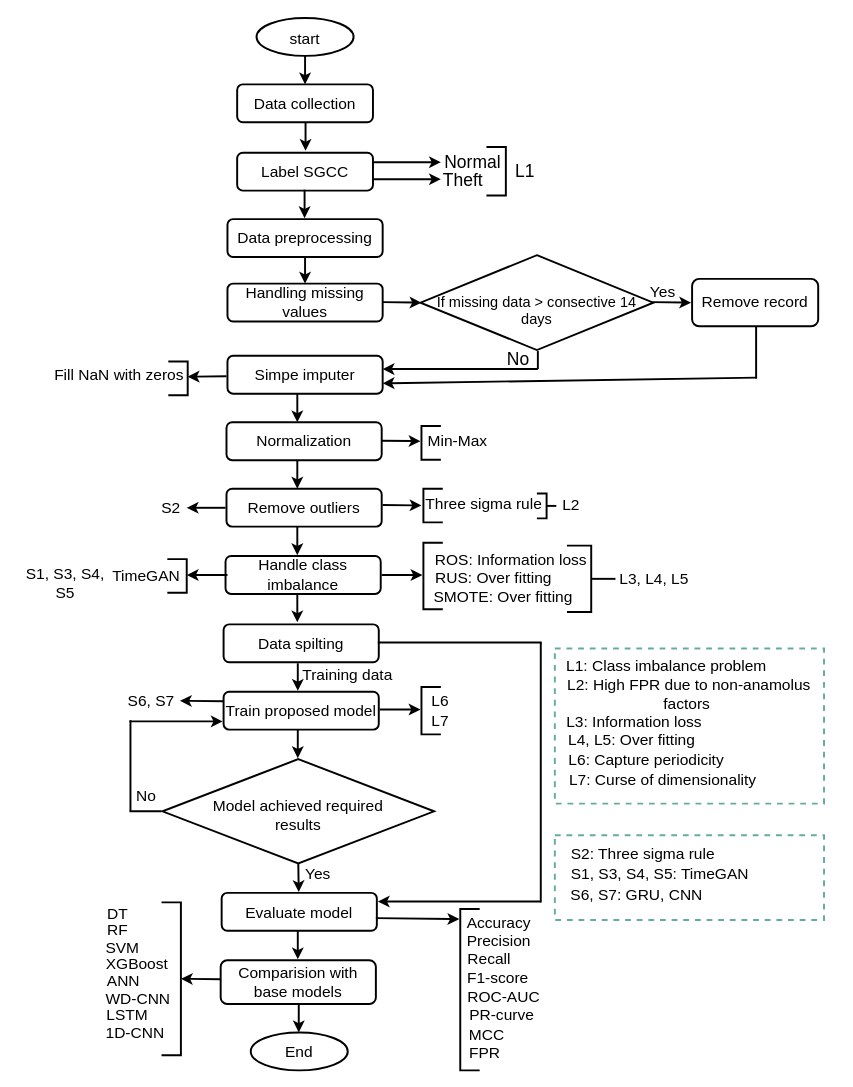
This is j1_smart.drawio from Faisalse/j1_smartgrid, a draw.io file, before an edit. Source tidied: cells renumbered, new cells numbered last; positions are measured from the earlier drawing's top-left corner, leaving out a move shared by most shapes. Both pictures are drawn from the tidied source at 97%, with x=0, y=0 at pixel (16, 17).
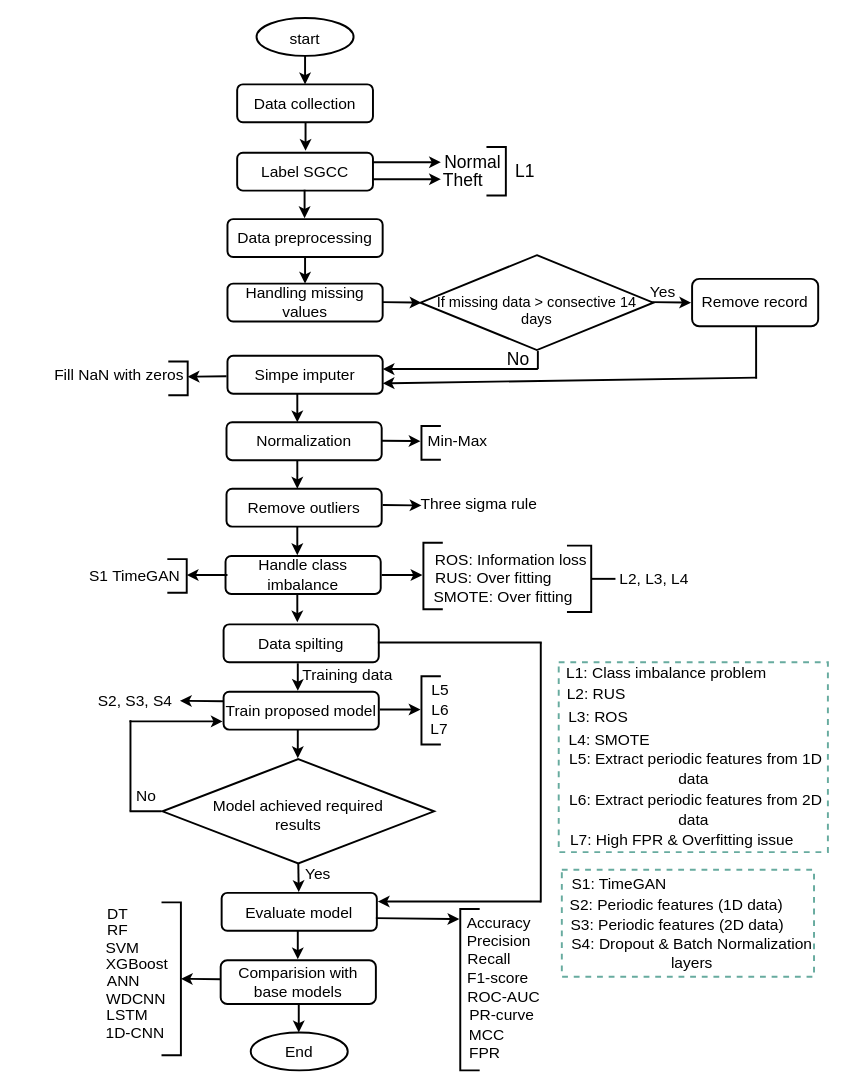
The same diagram, later.

The change refers to these unchanged cells:
```xml
<mxCell id="5" style="group;" parent="1" vertex="1">
  <mxGeometry x="35" width="810" height="1085" as="geometry" />
</mxCell>
```

What changed in the source:
```diff
@@
-    <mxCell id="36" style="strokeWidth=2;html=1;shape=mxgraph.flowchart.annotation_1;align=left;rotation=0;" parent="5" vertex="1">
-      <mxGeometry x="384" y="485.3" width="20" height="34.7" as="geometry" />
-    </mxCell>
     <mxCell id="37" value="&lt;span style=&quot;font-size: 16px&quot;&gt;Three sigma rule&lt;/span&gt;" style="text;html=1;strokeColor=none;fillColor=none;align=center;verticalAlign=middle;whiteSpace=wrap;rounded=0;" parent="5" vertex="1">
-      <mxGeometry x="381" y="491.1" width="131" height="19.6" as="geometry" />
+      <mxGeometry x="376" y="491.1" width="131" height="19.6" as="geometry" />
     </mxCell>
@@
-    <mxCell id="48" value="L3, L4, L5" style="text;html=1;strokeColor=none;fillColor=none;align=center;verticalAlign=middle;whiteSpace=wrap;rounded=0;fontSize=16;" parent="5" vertex="1">
+    <mxCell id="48" value="L2, L3, L4" style="text;html=1;strokeColor=none;fillColor=none;align=center;verticalAlign=middle;whiteSpace=wrap;rounded=0;fontSize=16;" parent="5" vertex="1">
       <mxGeometry x="582" y="568.4" width="80" height="19.6" as="geometry" />
     </mxCell>
@@
     <mxCell id="55" style="strokeWidth=2;html=1;shape=mxgraph.flowchart.annotation_1;align=left;rotation=0;" parent="5" vertex="1">
-      <mxGeometry x="382" y="689.7" width="20" height="48.9" as="geometry" />
+      <mxGeometry x="382" y="678.7" width="20" height="70.3" as="geometry" />
     </mxCell>
@@
-    <mxCell id="57" value="&lt;span style=&quot;font-size: 16px&quot;&gt;L6&lt;/span&gt;" style="text;html=1;strokeColor=none;fillColor=none;align=center;verticalAlign=middle;whiteSpace=wrap;rounded=0;" parent="5" vertex="1">
-      <mxGeometry x="388" y="694.6" width="27" height="19.6" as="geometry" />
+    <mxCell id="57" value="&lt;span style=&quot;font-size: 16px&quot;&gt;L5&lt;/span&gt;" style="text;html=1;strokeColor=none;fillColor=none;align=center;verticalAlign=middle;whiteSpace=wrap;rounded=0;" parent="5" vertex="1">
+      <mxGeometry x="388" y="683.6" width="27" height="19.6" as="geometry" />
     </mxCell>
-    <mxCell id="58" value="&lt;span style=&quot;font-size: 16px&quot;&gt;L7&lt;/span&gt;" style="text;html=1;strokeColor=none;fillColor=none;align=center;verticalAlign=middle;whiteSpace=wrap;rounded=0;" parent="5" vertex="1">
-      <mxGeometry x="388" y="714.2" width="27" height="19.6" as="geometry" />
+    <mxCell id="58" value="&lt;span style=&quot;font-size: 16px&quot;&gt;L6&lt;/span&gt;" style="text;html=1;strokeColor=none;fillColor=none;align=center;verticalAlign=middle;whiteSpace=wrap;rounded=0;" parent="5" vertex="1">
+      <mxGeometry x="388" y="703.2" width="27" height="19.6" as="geometry" />
     </mxCell>
-    <mxCell id="59" style="strokeWidth=2;html=1;shape=mxgraph.flowchart.annotation_2;align=left;labelPosition=right;fontSize=16;rotation=-180;" parent="5" vertex="1">
-      <mxGeometry x="501" y="490.2" width="20" height="25.7" as="geometry" />
-    </mxCell>
-    <mxCell id="60" value="&lt;span style=&quot;font-size: 16px&quot;&gt;L2&lt;/span&gt;" style="text;html=1;strokeColor=none;fillColor=none;align=center;verticalAlign=middle;whiteSpace=wrap;rounded=0;" parent="5" vertex="1">
-      <mxGeometry x="522.5" y="492.2" width="27" height="19.6" as="geometry" />
-    </mxCell>
@@
-    <mxCell id="83" value="&lt;span style=&quot;font-size: 16px&quot;&gt;WD-CNN&lt;/span&gt;" style="text;html=1;strokeColor=none;fillColor=none;align=center;verticalAlign=middle;whiteSpace=wrap;rounded=0;" parent="5" vertex="1">
-      <mxGeometry x="43" y="1001.8" width="93.5" height="17.6" as="geometry" />
+    <mxCell id="83" value="&lt;span style=&quot;font-size: 16px&quot;&gt;WDCNN&lt;/span&gt;" style="text;html=1;strokeColor=none;fillColor=none;align=center;verticalAlign=middle;whiteSpace=wrap;rounded=0;" parent="5" vertex="1">
+      <mxGeometry x="41" y="1001.8" width="93.5" height="17.6" as="geometry" />
     </mxCell>
@@
     <mxCell id="105" value="L1: Class imbalance problem&amp;nbsp;" style="text;html=1;strokeColor=none;fillColor=none;align=center;verticalAlign=middle;whiteSpace=wrap;rounded=0;fontSize=16;" parent="5" vertex="1">
-      <mxGeometry x="512" y="664.3" width="250" height="7.2" as="geometry" />
+      <mxGeometry x="512" y="671.3" width="250" height="7.2" as="geometry" />
     </mxCell>
-    <mxCell id="106" value="L2: High FPR due to non-anamolus factors&amp;nbsp;" style="text;html=1;strokeColor=none;fillColor=none;align=center;verticalAlign=middle;whiteSpace=wrap;rounded=0;fontSize=16;" parent="5" vertex="1">
-      <mxGeometry x="507.5" y="686.8" width="300" height="20" as="geometry" />
+    <mxCell id="106" value="L2: RUS" style="text;html=1;strokeColor=none;fillColor=none;align=center;verticalAlign=middle;whiteSpace=wrap;rounded=0;fontSize=16;" parent="5" vertex="1">
+      <mxGeometry x="505.5" y="686.8" width="112.5" height="20" as="geometry" />
     </mxCell>
-    <mxCell id="107" value="L3: Information loss" style="text;html=1;strokeColor=none;fillColor=none;align=center;verticalAlign=middle;whiteSpace=wrap;rounded=0;fontSize=16;" parent="5" vertex="1">
-      <mxGeometry x="509.5" y="715" width="183" height="20" as="geometry" />
+    <mxCell id="107" value="L3: ROS" style="text;html=1;strokeColor=none;fillColor=none;align=center;verticalAlign=middle;whiteSpace=wrap;rounded=0;fontSize=16;" parent="5" vertex="1">
+      <mxGeometry x="508.5" y="710" width="110.5" height="20" as="geometry" />
     </mxCell>
-    <mxCell id="108" value="L4, L5: Over fitting" style="text;html=1;strokeColor=none;fillColor=none;align=center;verticalAlign=middle;whiteSpace=wrap;rounded=0;fontSize=16;" parent="5" vertex="1">
-      <mxGeometry x="504.5" y="734" width="188" height="20" as="geometry" />
+    <mxCell id="108" value="L4: SMOTE" style="text;html=1;strokeColor=none;fillColor=none;align=center;verticalAlign=middle;whiteSpace=wrap;rounded=0;fontSize=16;" parent="5" vertex="1">
+      <mxGeometry x="502.5" y="734" width="145.5" height="20" as="geometry" />
     </mxCell>
-    <mxCell id="109" value="L6: Capture periodicity" style="text;html=1;strokeColor=none;fillColor=none;align=center;verticalAlign=middle;whiteSpace=wrap;rounded=0;fontSize=16;" parent="5" vertex="1">
-      <mxGeometry x="509.5" y="755" width="207.5" height="20" as="geometry" />
+    <mxCell id="109" value="L5: Extract periodic features from 1D data&amp;nbsp;" style="text;html=1;strokeColor=none;fillColor=none;align=center;verticalAlign=middle;whiteSpace=wrap;rounded=0;fontSize=16;" parent="5" vertex="1">
+      <mxGeometry x="530" y="764.1" width="270" height="20" as="geometry" />
     </mxCell>
-    <mxCell id="110" value="L7: Curse of dimensionality" style="text;html=1;strokeColor=none;fillColor=none;align=center;verticalAlign=middle;whiteSpace=wrap;rounded=0;fontSize=16;" parent="5" vertex="1">
-      <mxGeometry x="527.2" y="775" width="207.5" height="20" as="geometry" />
+    <mxCell id="110" value="L6: Extract periodic features from 2D data&amp;nbsp;" style="text;html=1;strokeColor=none;fillColor=none;align=center;verticalAlign=middle;whiteSpace=wrap;rounded=0;fontSize=16;" parent="5" vertex="1">
+      <mxGeometry x="529" y="806" width="272" height="20" as="geometry" />
     </mxCell>
-    <mxCell id="111" style="rounded=0;whiteSpace=wrap;html=1;strokeWidth=2;fillColor=none;fontSize=16;dashed=1;strokeColor=#67AB9F;" parent="5" vertex="1">
-      <mxGeometry x="519.5" y="650" width="277.5" height="160" as="geometry" />
+    <mxCell id="111" style="rounded=0;whiteSpace=wrap;html=1;strokeWidth=2;fontSize=16;dashed=1;strokeColor=#67AB9F;fillColor=none;" parent="5" vertex="1">
+      <mxGeometry x="523.5" y="664.3" width="277.5" height="195.7" as="geometry" />
     </mxCell>
-    <mxCell id="112" style="rounded=0;whiteSpace=wrap;html=1;strokeWidth=2;fillColor=none;fontSize=16;dashed=1;strokeColor=#67AB9F;" parent="5" vertex="1">
-      <mxGeometry x="519.5" y="842.6" width="277.5" height="87.4" as="geometry" />
-    </mxCell>
-    <mxCell id="113" value="S2" style="text;html=1;strokeColor=none;fillColor=none;align=center;verticalAlign=middle;whiteSpace=wrap;rounded=0;dashed=1;fontSize=16;" parent="5" vertex="1">
-      <mxGeometry x="104" y="495" width="40" height="20" as="geometry" />
-    </mxCell>
-    <mxCell id="114" value="S1, S3, S4, S5" style="text;html=1;strokeColor=none;fillColor=none;align=center;verticalAlign=middle;whiteSpace=wrap;rounded=0;dashed=1;fontSize=16;" parent="5" vertex="1">
-      <mxGeometry x="-35" y="573.1" width="100" height="20" as="geometry" />
+    <mxCell id="114" value="S1" style="text;html=1;strokeColor=none;fillColor=none;align=center;verticalAlign=middle;whiteSpace=wrap;rounded=0;dashed=1;fontSize=16;" parent="5" vertex="1">
+      <mxGeometry x="27" y="565.1" width="45" height="20" as="geometry" />
     </mxCell>
-    <mxCell id="115" value="S6, S7" style="text;html=1;strokeColor=none;fillColor=none;align=center;verticalAlign=middle;whiteSpace=wrap;rounded=0;dashed=1;fontSize=16;" parent="5" vertex="1">
-      <mxGeometry x="73" y="694.2" width="61" height="20" as="geometry" />
+    <mxCell id="115" value="S2, S3, S4" style="text;html=1;strokeColor=none;fillColor=none;align=center;verticalAlign=middle;whiteSpace=wrap;rounded=0;dashed=1;fontSize=16;" parent="5" vertex="1">
+      <mxGeometry x="40" y="694.2" width="94" height="20" as="geometry" />
     </mxCell>
+    <mxCell id="121" value="L7: High FPR &amp;amp; Overfitting issue&amp;nbsp;" style="text;html=1;strokeColor=none;fillColor=none;align=center;verticalAlign=middle;whiteSpace=wrap;rounded=0;fontSize=16;" parent="5" vertex="1">
+      <mxGeometry x="529" y="837" width="248" height="20" as="geometry" />
+    </mxCell>
+    <mxCell id="122" style="group;" parent="5" vertex="1">
+      <mxGeometry x="515.2" y="878.2" width="271.5" height="110.4" as="geometry" />
+    </mxCell>
+    <mxCell id="112" style="rounded=0;whiteSpace=wrap;html=1;strokeWidth=2;fillColor=none;fontSize=16;dashed=1;strokeColor=#67AB9F;" parent="122" vertex="1">
+      <mxGeometry x="11.5" width="260" height="110.3" as="geometry" />
+    </mxCell>
-    <mxCell id="116" value="S2: Three sigma rule" style="text;html=1;strokeColor=none;fillColor=none;align=center;verticalAlign=middle;whiteSpace=wrap;rounded=0;dashed=1;fontSize=16;" parent="5" vertex="1">
-      <mxGeometry x="524.2" y="851.7" width="172.8" height="20" as="geometry" />
+    <mxCell id="116" value="S1: TimeGAN" style="text;html=1;strokeColor=none;fillColor=none;align=center;verticalAlign=middle;whiteSpace=wrap;rounded=0;dashed=1;fontSize=16;" parent="122" vertex="1">
+      <mxGeometry x="7" y="3.5" width="127.5" height="20" as="geometry" />
     </mxCell>
-    <mxCell id="117" value="S1, S3, S4, S5: TimeGAN" style="text;html=1;strokeColor=none;fillColor=none;align=center;verticalAlign=middle;whiteSpace=wrap;rounded=0;dashed=1;fontSize=16;" parent="5" vertex="1">
-      <mxGeometry x="505.2" y="871.7" width="245.8" height="20" as="geometry" />
+    <mxCell id="117" value="S2: Periodic features (1D data)" style="text;html=1;strokeColor=none;fillColor=none;align=center;verticalAlign=middle;whiteSpace=wrap;rounded=0;dashed=1;fontSize=16;" parent="122" vertex="1">
+      <mxGeometry x="6.5" y="25.5" width="245.8" height="20" as="geometry" />
     </mxCell>
-    <mxCell id="118" value="S6, S7: GRU, CNN" style="text;html=1;strokeColor=none;fillColor=none;align=center;verticalAlign=middle;whiteSpace=wrap;rounded=0;dashed=1;fontSize=16;" parent="5" vertex="1">
-      <mxGeometry x="509" y="893.8" width="189.8" height="20" as="geometry" />
-    </mxCell>
-    <mxCell id="119" style="endArrow=classic;html=1;strokeWidth=2;fontSize=16;" parent="1" edge="1">
-      <mxGeometry relative="1" as="geometry">
-        <mxPoint x="215" y="505" as="sourcePoint" />
-        <mxPoint x="175" y="505" as="targetPoint" />
-      </mxGeometry>
-    </mxCell>
+    <mxCell id="123" value="S3: Periodic features (2D data)" style="text;html=1;strokeColor=none;fillColor=none;align=center;verticalAlign=middle;whiteSpace=wrap;rounded=0;dashed=1;fontSize=16;" parent="122" vertex="1">
+      <mxGeometry x="7.5" y="46.9" width="245.8" height="20" as="geometry" />
+    </mxCell>
+    <mxCell id="124" value="S4: Dropout &amp;amp; Batch Normalization layers" style="text;html=1;strokeColor=none;fillColor=none;align=center;verticalAlign=middle;whiteSpace=wrap;rounded=0;dashed=1;fontSize=16;" parent="122" vertex="1">
+      <mxGeometry x="15.5" y="76.2" width="260" height="20" as="geometry" />
+    </mxCell>
+    <mxCell id="125" value="&lt;span style=&quot;font-size: 16px&quot;&gt;L7&lt;/span&gt;" style="text;html=1;strokeColor=none;fillColor=none;align=center;verticalAlign=middle;whiteSpace=wrap;rounded=0;" parent="5" vertex="1">
+      <mxGeometry x="387" y="722.8" width="27" height="19.6" as="geometry" />
+    </mxCell>
```
